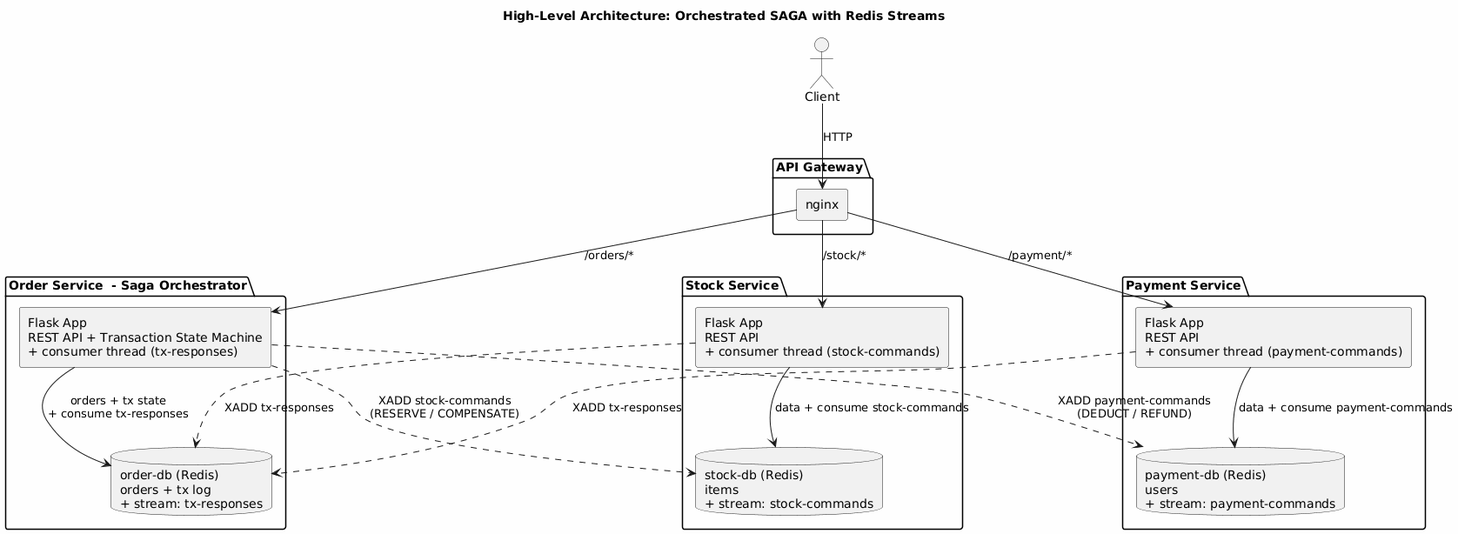
Earlier version of the PlantUML export diagrams/architecture.png (BramyBoyGG/dds26-3). Its diagram source:
```plantuml
@startuml
skinparam componentStyle rectangle
skinparam backgroundColor #FEFEFE
skinparam shadowing false

title High-Level Architecture: Orchestrated SAGA with Redis Streams

actor Client

package "API Gateway" {
    [nginx] as GW
}

package "Order Service  - Saga Orchestrator" {
    [Flask App\nREST API + Transaction State Machine\n+ consumer thread (tx-responses)] as OrderApp
    database "order-db (Redis)\norders + tx log\n+ stream: tx-responses" as OrderDB
}

package "Stock Service" {
    [Flask App\nREST API\n+ consumer thread (stock-commands)] as StockApp
    database "stock-db (Redis)\nitems\n+ stream: stock-commands" as StockDB
}

package "Payment Service" {
    [Flask App\nREST API\n+ consumer thread (payment-commands)] as PayApp
    database "payment-db (Redis)\nusers\n+ stream: payment-commands" as PayDB
}

Client --> GW : HTTP
GW --> OrderApp : /orders/*
GW --> StockApp : /stock/*
GW --> PayApp : /payment/*

OrderApp --> OrderDB : orders + tx state\n+ consume tx-responses

OrderApp ..> StockDB : XADD stock-commands\n(RESERVE / COMPENSATE)
OrderApp ..> PayDB : XADD payment-commands\n(DEDUCT / REFUND)

StockApp --> StockDB : data + consume stock-commands
StockApp ..> OrderDB : XADD tx-responses

PayApp --> PayDB : data + consume payment-commands
PayApp ..> OrderDB : XADD tx-responses
@enduml
```
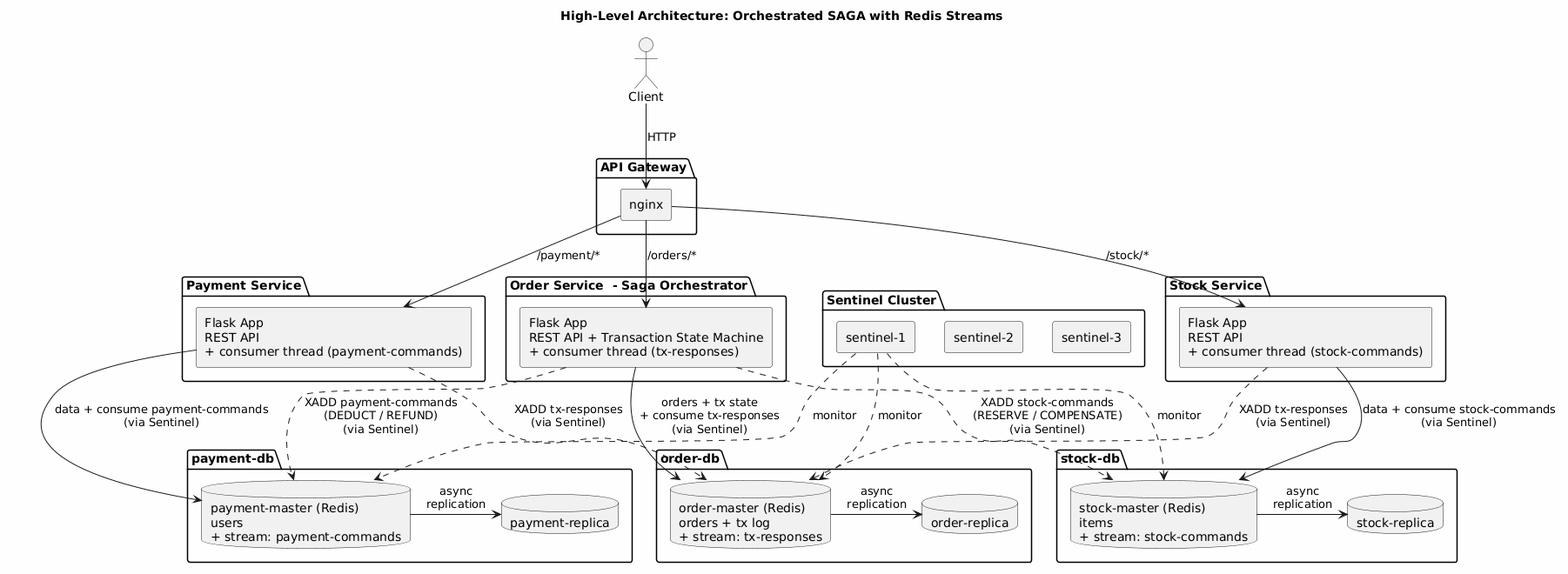
Later version of the same file.

Commit message:
setup redis standby replicas and add sentinel for high availability

What changed in the source:
```diff
@@ -11,19 +11,40 @@
     [nginx] as GW
 }
 
+package "Sentinel Cluster" {
+    [sentinel-1] as S1
+    [sentinel-2] as S2
+    [sentinel-3] as S3
+}
+
 package "Order Service  - Saga Orchestrator" {
     [Flask App\nREST API + Transaction State Machine\n+ consumer thread (tx-responses)] as OrderApp
-    database "order-db (Redis)\norders + tx log\n+ stream: tx-responses" as OrderDB
+}
+
+package "order-db" {
+    database "order-master (Redis)\norders + tx log\n+ stream: tx-responses" as OrderDB
+    database "order-replica" as OrderReplica
+    OrderDB -right-> OrderReplica : async\nreplication
 }
 
 package "Stock Service" {
     [Flask App\nREST API\n+ consumer thread (stock-commands)] as StockApp
-    database "stock-db (Redis)\nitems\n+ stream: stock-commands" as StockDB
+}
+
+package "stock-db" {
+    database "stock-master (Redis)\nitems\n+ stream: stock-commands" as StockDB
+    database "stock-replica" as StockReplica
+    StockDB -right-> StockReplica : async\nreplication
 }
 
 package "Payment Service" {
     [Flask App\nREST API\n+ consumer thread (payment-commands)] as PayApp
-    database "payment-db (Redis)\nusers\n+ stream: payment-commands" as PayDB
+}
+
+package "payment-db" {
+    database "payment-master (Redis)\nusers\n+ stream: payment-commands" as PayDB
+    database "payment-replica" as PayReplica
+    PayDB -right-> PayReplica : async\nreplication
 }
 
 Client --> GW : HTTP
@@ -31,14 +52,18 @@
 GW --> StockApp : /stock/*
 GW --> PayApp : /payment/*
 
-OrderApp --> OrderDB : orders + tx state\n+ consume tx-responses
+S1 ..> OrderDB : monitor
+S1 ..> StockDB : monitor
+S1 ..> PayDB : monitor
 
-OrderApp ..> StockDB : XADD stock-commands\n(RESERVE / COMPENSATE)
-OrderApp ..> PayDB : XADD payment-commands\n(DEDUCT / REFUND)
+OrderApp --> OrderDB : orders + tx state\n+ consume tx-responses\n(via Sentinel)
 
-StockApp --> StockDB : data + consume stock-commands
-StockApp ..> OrderDB : XADD tx-responses
+OrderApp ..> StockDB : XADD stock-commands\n(RESERVE / COMPENSATE)\n(via Sentinel)
+OrderApp ..> PayDB : XADD payment-commands\n(DEDUCT / REFUND)\n(via Sentinel)
 
-PayApp --> PayDB : data + consume payment-commands
-PayApp ..> OrderDB : XADD tx-responses
+StockApp --> StockDB : data + consume stock-commands\n(via Sentinel)
+StockApp ..> OrderDB : XADD tx-responses\n(via Sentinel)
+
+PayApp --> PayDB : data + consume payment-commands\n(via Sentinel)
+PayApp ..> OrderDB : XADD tx-responses\n(via Sentinel)
 @enduml
```
